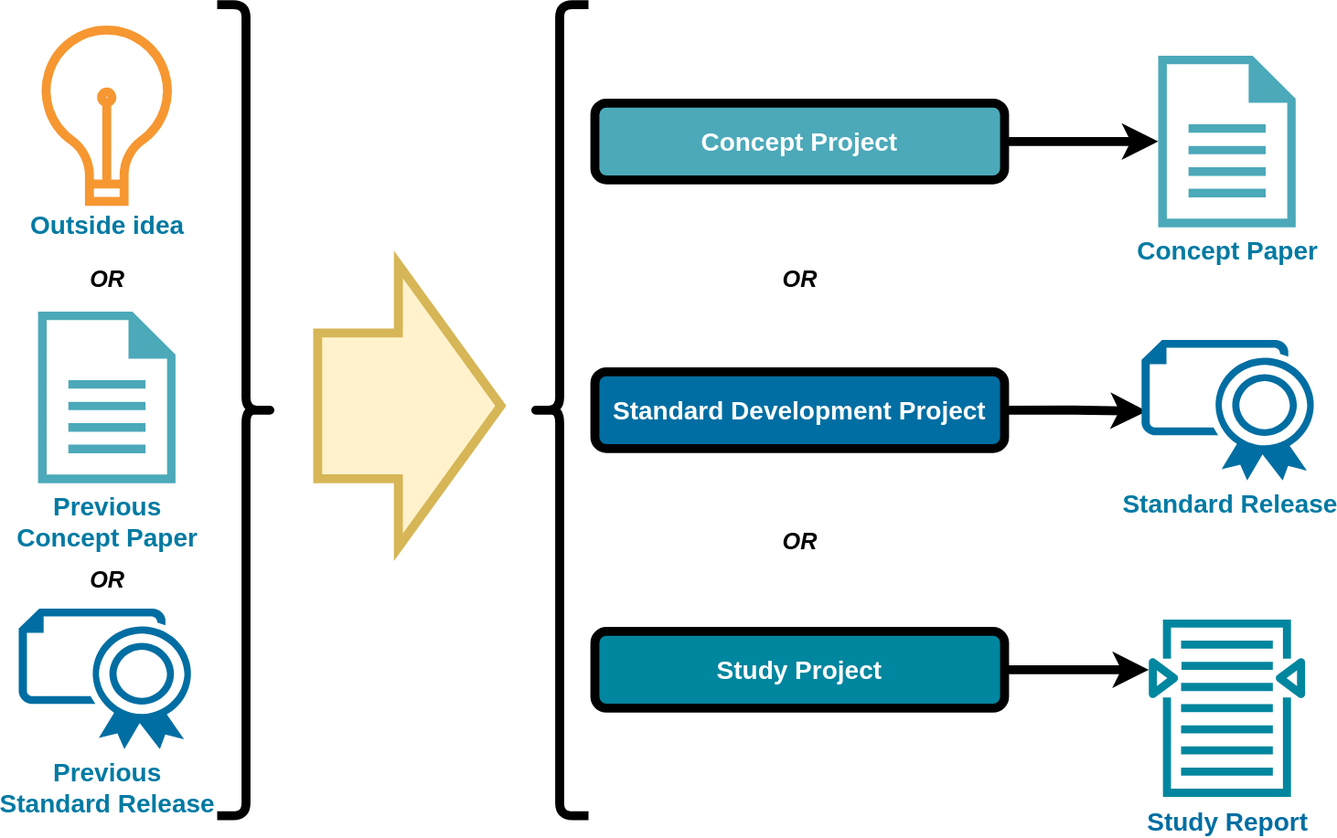
asam-ev/asam-project-guide-content keeps this draw.io diagram as content/modules/concepts/assets/images/project_types_overview.drawio.svg. Above is the earlier version. Source tidied: cells renumbered, new cells last; positions are measured from the earlier drawing's top-left corner, leaving out a move shared by most shapes.
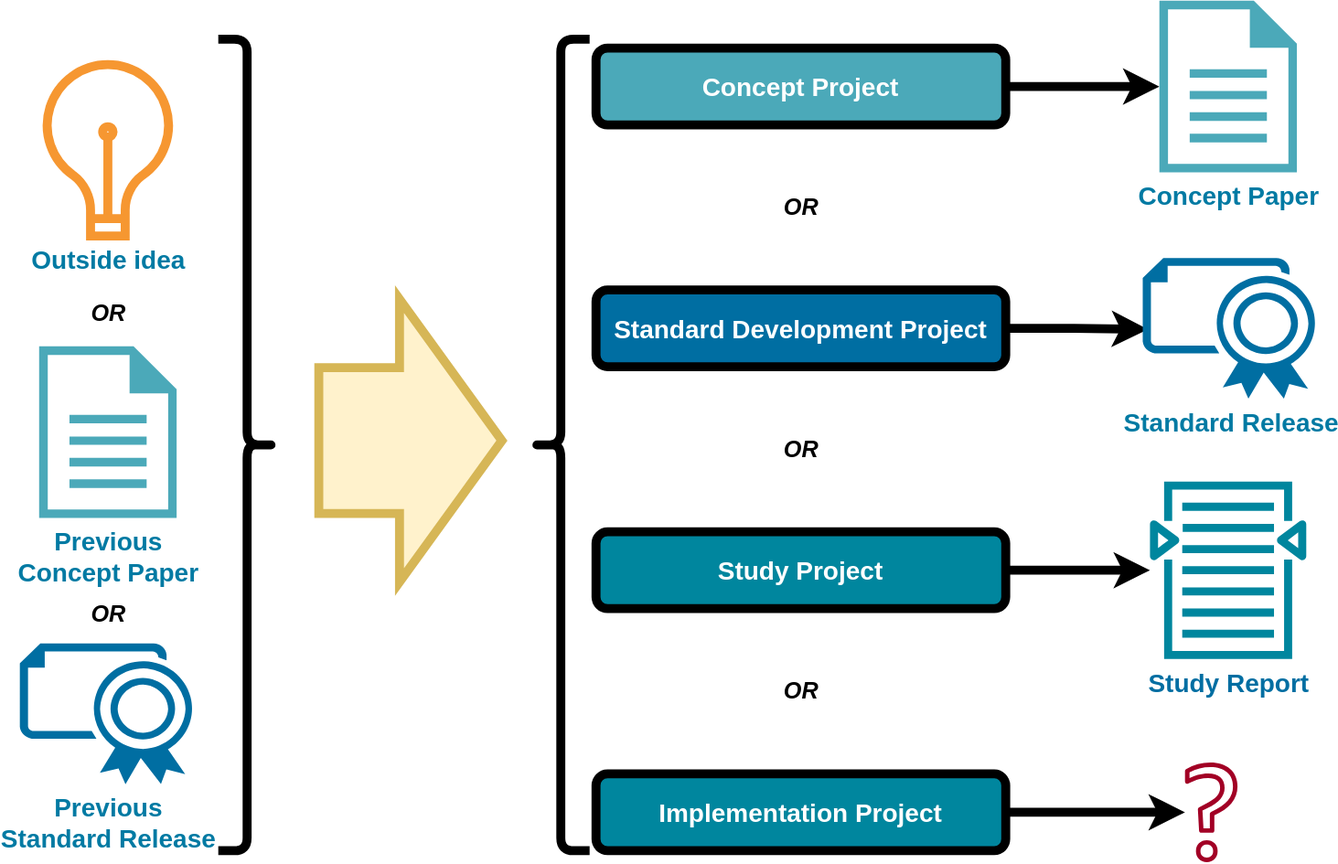
The same diagram one commit later.

Change to the diagram source:
```diff
@@ -6,7 +6,7 @@
       <mxGeometry relative="1" as="geometry" />
     </mxCell>
     <mxCell id="3" value="Concept Project" style="rounded=1;whiteSpace=wrap;html=1;perimeterSpacing=0;strokeWidth=7;fillColor=#4BA9B9;fontStyle=1;fontSize=20;fontColor=#FFFFFF;flipV=0;" parent="1" vertex="1">
-      <mxGeometry x="450" y="77.1" width="320" height="60" as="geometry" />
+      <mxGeometry x="450" y="7.1" width="320" height="60" as="geometry" />
     </mxCell>
     <mxCell id="4" value="Outside idea" style="html=1;verticalLabelPosition=bottom;align=center;labelBackgroundColor=#ffffff;verticalAlign=top;strokeWidth=7;strokeColor=#F69731;shadow=0;dashed=0;shape=mxgraph.ios7.icons.lightbulb;fontStyle=1;fontColor=#007AA3;fontSize=20;" parent="1" vertex="1">
       <mxGeometry x="17.4" y="20" width="102.8" height="133.9" as="geometry" />
@@ -21,18 +21,18 @@
       <mxGeometry relative="1" as="geometry" />
     </mxCell>
     <mxCell id="8" value="Standard Development Project" style="rounded=1;whiteSpace=wrap;html=1;perimeterSpacing=0;strokeWidth=7;fillColor=#006EA2;fontStyle=1;fontSize=20;fontColor=#FFFFFF;flipV=0;" parent="1" vertex="1">
-      <mxGeometry x="450" y="287.1" width="320" height="60" as="geometry" />
+      <mxGeometry x="450" y="196" width="320" height="60" as="geometry" />
     </mxCell>
     <mxCell id="9" style="edgeStyle=orthogonalEdgeStyle;rounded=0;jettySize=auto;html=1;exitX=1;exitY=0.5;exitDx=0;exitDy=0;fontSize=20;fontColor=#FFFFFF;strokeWidth=7;" parent="1" edge="1" source="10" target="15">
       <mxGeometry relative="1" as="geometry">
         <Array as="points">
-          <mxPoint x="860" y="520" />
-          <mxPoint x="860" y="520" />
+          <mxPoint x="850" y="415" />
+          <mxPoint x="850" y="415" />
         </Array>
       </mxGeometry>
     </mxCell>
     <mxCell id="10" value="Study Project" style="rounded=1;whiteSpace=wrap;html=1;perimeterSpacing=0;strokeWidth=7;fillColor=#00869E;fontStyle=1;fontSize=20;fontColor=#FFFFFF;flipV=0;" parent="1" vertex="1">
-      <mxGeometry x="450" y="490" width="320" height="60" as="geometry" />
+      <mxGeometry x="450" y="385" width="320" height="60" as="geometry" />
     </mxCell>
     <mxCell id="11" style="shape=flexArrow;endArrow=classic;html=1;rounded=0;fontSize=20;fontColor=#007AA3;endWidth=100;endSize=24.33;width=108;strokeWidth=7;fillColor=#fff2cc;strokeColor=#d6b656;" parent="1" edge="1">
       <mxGeometry relative="1" as="geometry">
@@ -44,13 +44,13 @@
       <mxGeometry x="155" y="0.1" width="45" height="634" as="geometry" />
     </mxCell>
     <mxCell id="13" value="Concept Paper" style="sketch=0;shadow=0;dashed=0;html=1;strokeColor=none;labelPosition=center;verticalLabelPosition=bottom;verticalAlign=top;align=center;fillColor=#4BA9B9;shape=mxgraph.mscae.enterprise.document;fontStyle=1;fontSize=20;fontColor=#007AA3;" parent="1" vertex="1">
-      <mxGeometry x="890" y="40" width="107.4" height="134.2" as="geometry" />
+      <mxGeometry x="890" y="-30" width="107.4" height="134.2" as="geometry" />
     </mxCell>
     <mxCell id="14" value="Standard Release" style="verticalLabelPosition=bottom;html=1;verticalAlign=top;align=center;strokeColor=none;fillColor=#006EA2;shape=mxgraph.azure.certificate;fontSize=20;fontStyle=1;fontColor=#007AA3;" parent="1" vertex="1">
-      <mxGeometry x="877" y="262.1" width="137.5" height="110" as="geometry" />
+      <mxGeometry x="877" y="171" width="137.5" height="110" as="geometry" />
     </mxCell>
     <mxCell id="15" value="Study Report" style="sketch=0;outlineConnect=0;fontColor=#006EA2;gradientColor=none;fillColor=#00869E;strokeColor=none;dashed=0;verticalLabelPosition=bottom;verticalAlign=top;align=center;html=1;fontSize=20;fontStyle=1;shape=mxgraph.aws4.search_documents;" parent="1" vertex="1">
-      <mxGeometry x="882.7" y="480" width="122" height="140" as="geometry" />
+      <mxGeometry x="882.7" y="345" width="122" height="140" as="geometry" />
     </mxCell>
     <mxCell id="16" style="shape=curlyBracket;whiteSpace=wrap;html=1;rounded=1;fontSize=20;fillColor=#000000;strokeColor=#000000;fontColor=#000000;strokeWidth=7;" parent="1" vertex="1">
       <mxGeometry x="400" y="0.1" width="45" height="634" as="geometry" />
@@ -62,10 +62,27 @@
       <mxGeometry x="48.8" y="435" width="40" height="30" as="geometry" />
     </mxCell>
     <mxCell id="19" value="OR" style="text;html=1;align=center;verticalAlign=middle;strokeColor=none;fillColor=none;fontStyle=3;fontSize=18;" parent="1" vertex="1">
-      <mxGeometry x="590" y="200" width="40" height="30" as="geometry" />
+      <mxGeometry x="590" y="117" width="40" height="30" as="geometry" />
     </mxCell>
     <mxCell id="20" value="OR" style="text;html=1;align=center;verticalAlign=middle;strokeColor=none;fillColor=none;fontStyle=3;fontSize=18;" parent="1" vertex="1">
-      <mxGeometry x="590" y="405" width="40" height="30" as="geometry" />
+      <mxGeometry x="590" y="306" width="40" height="30" as="geometry" />
     </mxCell>
+    <mxCell id="21" style="edgeStyle=orthogonalEdgeStyle;rounded=0;jettySize=auto;html=1;exitX=1;exitY=0.5;exitDx=0;exitDy=0;fontSize=20;fontColor=#FFFFFF;strokeWidth=7;" parent="1" edge="1" source="22" target="24">
+      <mxGeometry relative="1" as="geometry">
+        <Array as="points">
+          <mxPoint x="900" y="604" />
+          <mxPoint x="900" y="604" />
+        </Array>
+      </mxGeometry>
+    </mxCell>
+    <mxCell id="22" value="Implementation Project" style="rounded=1;whiteSpace=wrap;html=1;perimeterSpacing=0;strokeWidth=7;fillColor=#00869E;fontStyle=1;fontSize=20;fontColor=#FFFFFF;flipV=0;" parent="1" vertex="1">
+      <mxGeometry x="450" y="574.1" width="320" height="60" as="geometry" />
+    </mxCell>
+    <mxCell id="23" value="OR" style="text;html=1;align=center;verticalAlign=middle;strokeColor=none;fillColor=none;fontStyle=3;fontSize=18;" parent="1" vertex="1">
+      <mxGeometry x="590" y="495" width="40" height="30" as="geometry" />
+    </mxCell>
+    <mxCell id="24" style="sketch=0;outlineConnect=0;dashed=0;verticalLabelPosition=bottom;verticalAlign=top;align=center;html=1;fontSize=12;fontStyle=0;shape=mxgraph.aws4.question;fillColor=#a20025;fontColor=#ffffff;strokeColor=#6F0000;" parent="1" vertex="1">
+      <mxGeometry x="910" y="565.1" width="41" height="78" as="geometry" />
+    </mxCell>
   </root>
 </mxGraphModel>
```
